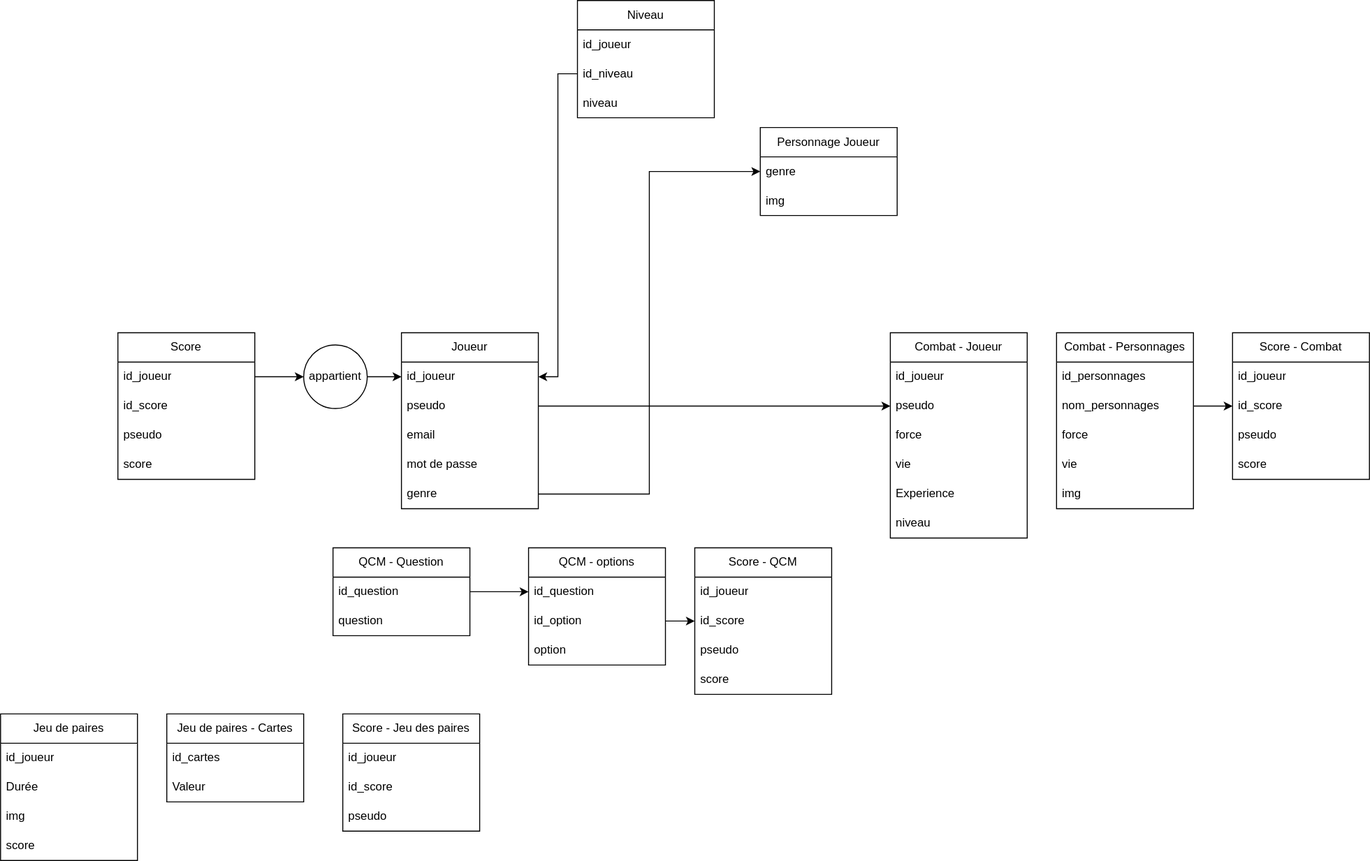
Before: BDD.svg, a diagram exported from draw.io (Oreki2004/Projet-Final-6TTSI). Source tidied: cells renumbered, new cells last; positions are measured from the earlier drawing's top-left corner, leaving out a move shared by most shapes.
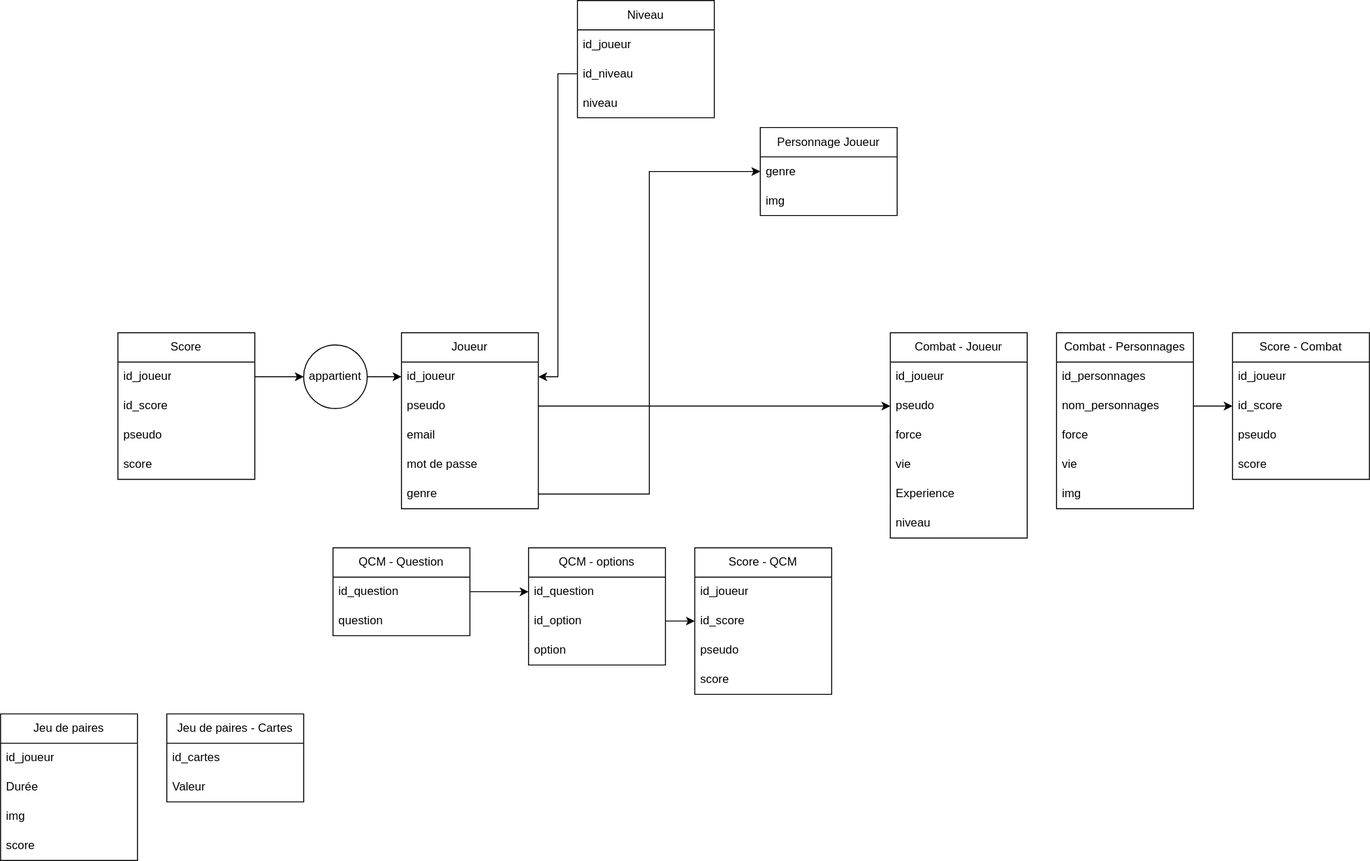
After the change.

Commit message:
Mettre à jour BDD.svg

The edit, as a diff of the source:
```diff
@@ -185,18 +185,6 @@
     <mxCell id="62" value="Valeur" style="text;strokeColor=none;fillColor=none;align=left;verticalAlign=middle;spacingLeft=4;spacingRight=4;overflow=hidden;whiteSpace=wrap;html=1;" parent="60" vertex="1">
       <mxGeometry y="60" width="140" height="30" as="geometry" />
     </mxCell>
-    <mxCell id="63" value="Score - Jeu des paires" style="swimlane;fontStyle=0;horizontal=1;startSize=30;whiteSpace=wrap;html=1;" parent="1" vertex="1">
-      <mxGeometry x="350" y="730" width="140" height="120" as="geometry" />
-    </mxCell>
-    <mxCell id="64" value="id_joueur" style="text;strokeColor=none;fillColor=none;align=left;verticalAlign=middle;spacingLeft=4;spacingRight=4;overflow=hidden;whiteSpace=wrap;html=1;" parent="63" vertex="1">
-      <mxGeometry y="30" width="140" height="30" as="geometry" />
-    </mxCell>
-    <mxCell id="65" value="id_score" style="text;strokeColor=none;fillColor=none;align=left;verticalAlign=middle;spacingLeft=4;spacingRight=4;overflow=hidden;whiteSpace=wrap;html=1;" parent="63" vertex="1">
-      <mxGeometry y="60" width="140" height="30" as="geometry" />
-    </mxCell>
-    <mxCell id="66" value="pseudo" style="text;strokeColor=none;fillColor=none;align=left;verticalAlign=middle;spacingLeft=4;spacingRight=4;overflow=hidden;whiteSpace=wrap;html=1;" parent="63" vertex="1">
-      <mxGeometry y="90" width="140" height="30" as="geometry" />
-    </mxCell>
     <mxCell id="67" value="Personnage Joueur" style="swimlane;fontStyle=0;horizontal=1;startSize=30;whiteSpace=wrap;html=1;" parent="1" vertex="1">
       <mxGeometry x="777" y="130" width="140" height="90" as="geometry" />
     </mxCell>
```
